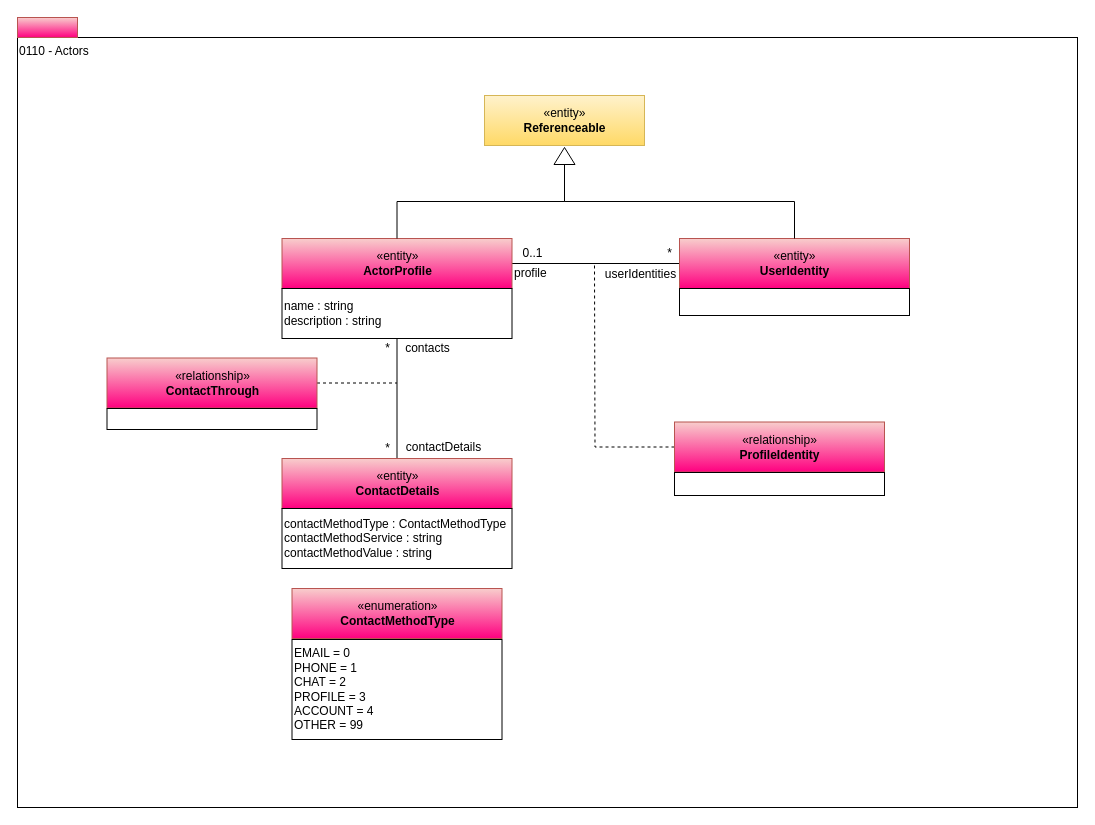
Earlier version of the draw.io diagram page "0110-Actors" (2 of 12) of site/docs/types/1/area-1-collaboration.drawio (odpi/egeria-docs). Source tidied: cells renumbered, new cells numbered last; positions are measured from the earlier drawing's top-left corner, leaving out a move shared by most shapes. Both pictures are drawn from the tidied source at 100%, with x=0, y=0 at pixel (17, 17).
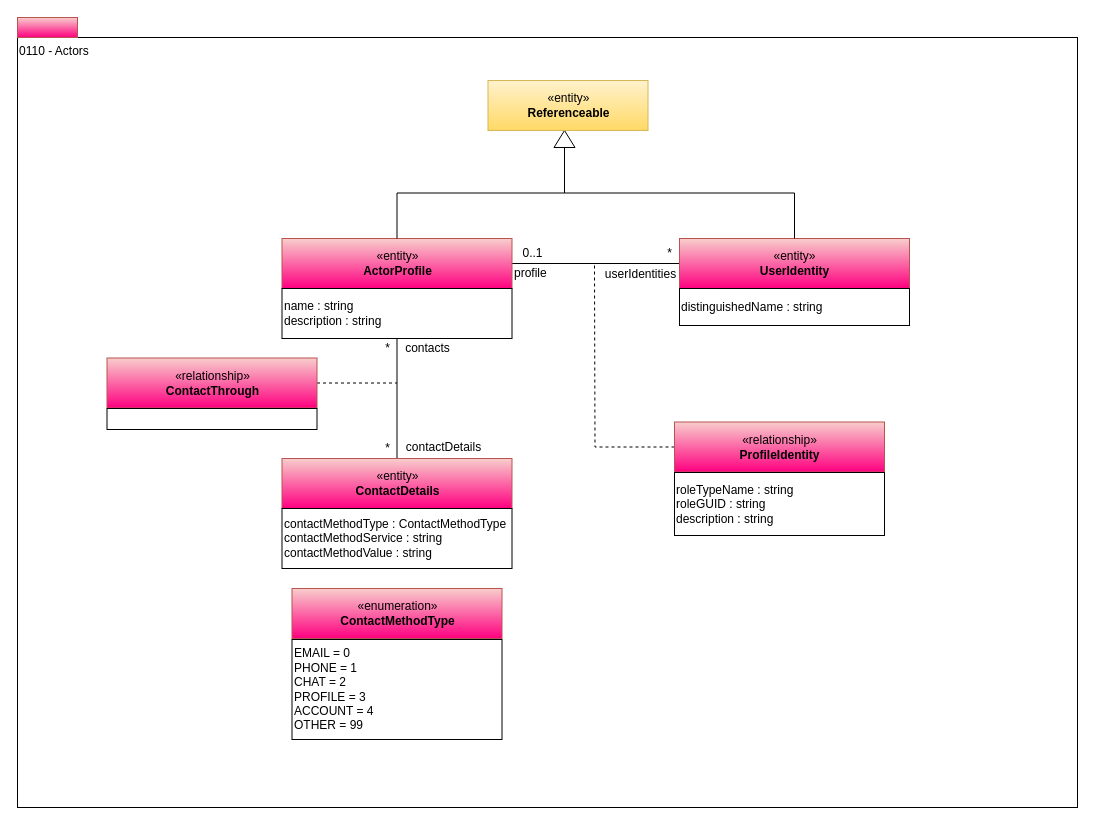
The same page after the edit.

What changed in the source:
```diff
@@
     <mxCell id="9" style="triangle;whiteSpace=wrap;html=1;strokeColor=#000000;gradientColor=#ffffff;align=center;rotation=-90;" parent="1" vertex="1">
-      <mxGeometry x="538.5" y="128" width="17" height="21" as="geometry" />
+      <mxGeometry x="538.5" y="111" width="17" height="21" as="geometry" />
     </mxCell>
     <mxCell id="10" value="«entity»&lt;br&gt;&lt;b&gt;Referenceable&lt;/b&gt;" style="html=1;strokeColor=#d6b656;align=center;fillColor=#fff2cc;gradientColor=#ffd966;" parent="1" vertex="1">
-      <mxGeometry x="467" y="78" width="160" height="50" as="geometry" />
+      <mxGeometry x="470.5" y="63" width="160" height="50" as="geometry" />
     </mxCell>
@@
-    <mxCell id="23" style="rounded=0;whiteSpace=wrap;html=1;align=left;" parent="1" vertex="1">
-      <mxGeometry x="662" y="271" width="230" height="27" as="geometry" />
+    <mxCell id="23" value="distinguishedName : string" style="rounded=0;whiteSpace=wrap;html=1;align=left;" parent="1" vertex="1">
+      <mxGeometry x="662" y="271" width="230" height="37" as="geometry" />
     </mxCell>
@@
-    <mxCell id="27" style="rounded=0;whiteSpace=wrap;html=1;strokeColor=#000000;gradientColor=#ffffff;align=left;" parent="1" vertex="1">
-      <mxGeometry x="657" y="455" width="210" height="23" as="geometry" />
+    <mxCell id="27" value="roleTypeName : string&lt;br&gt;roleGUID : string&lt;br&gt;description : string" style="rounded=0;whiteSpace=wrap;html=1;strokeColor=#000000;gradientColor=#ffffff;align=left;" parent="1" vertex="1">
+      <mxGeometry x="657" y="455" width="210" height="63" as="geometry" />
     </mxCell>
```
